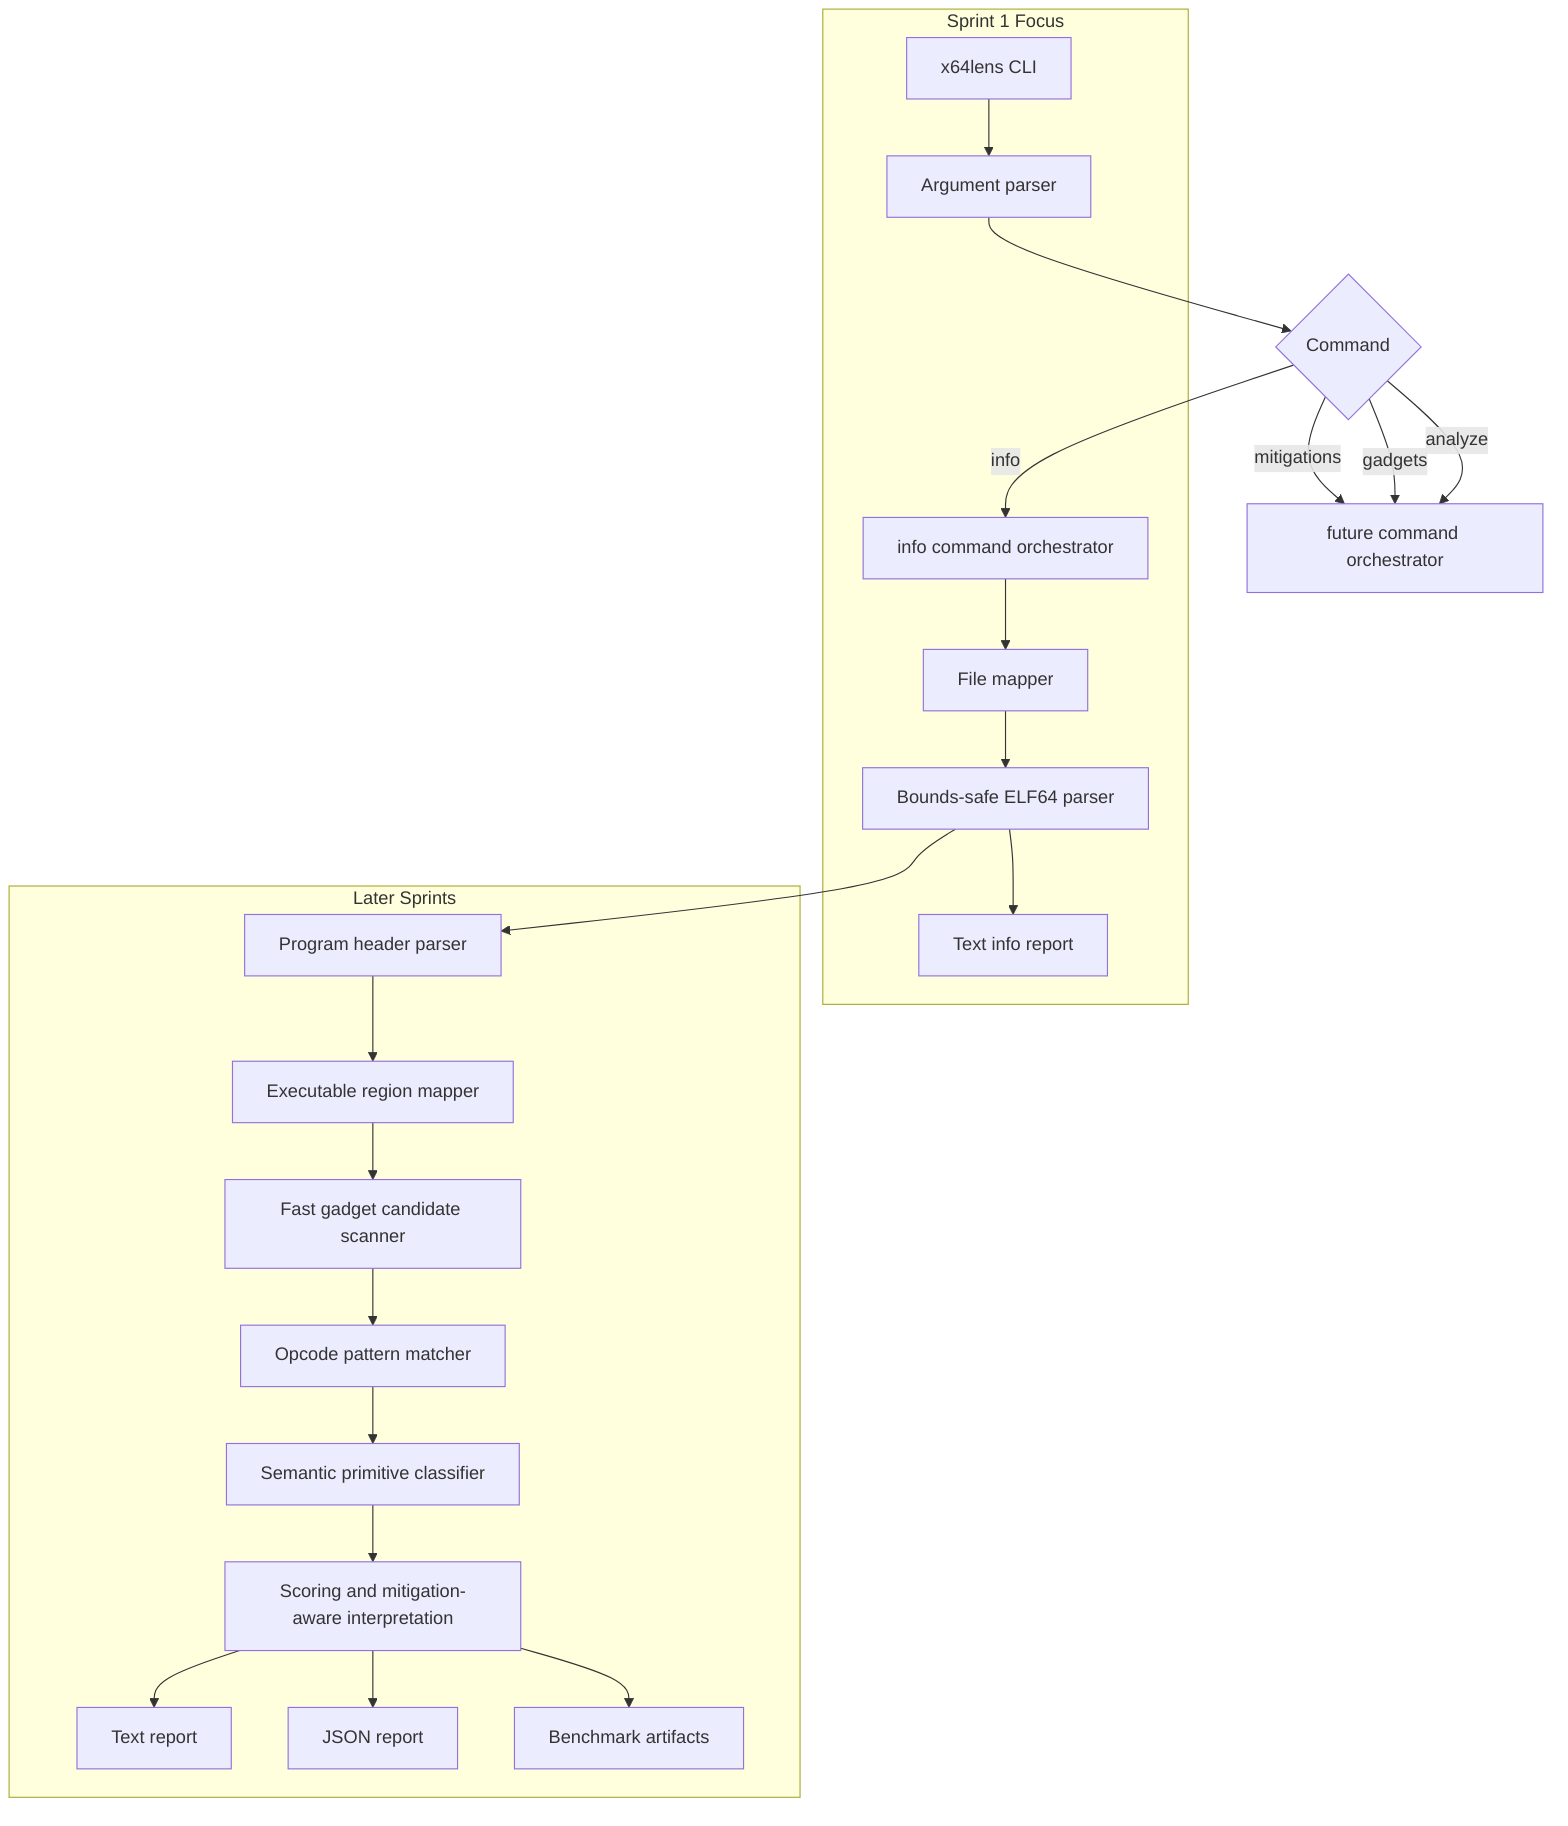
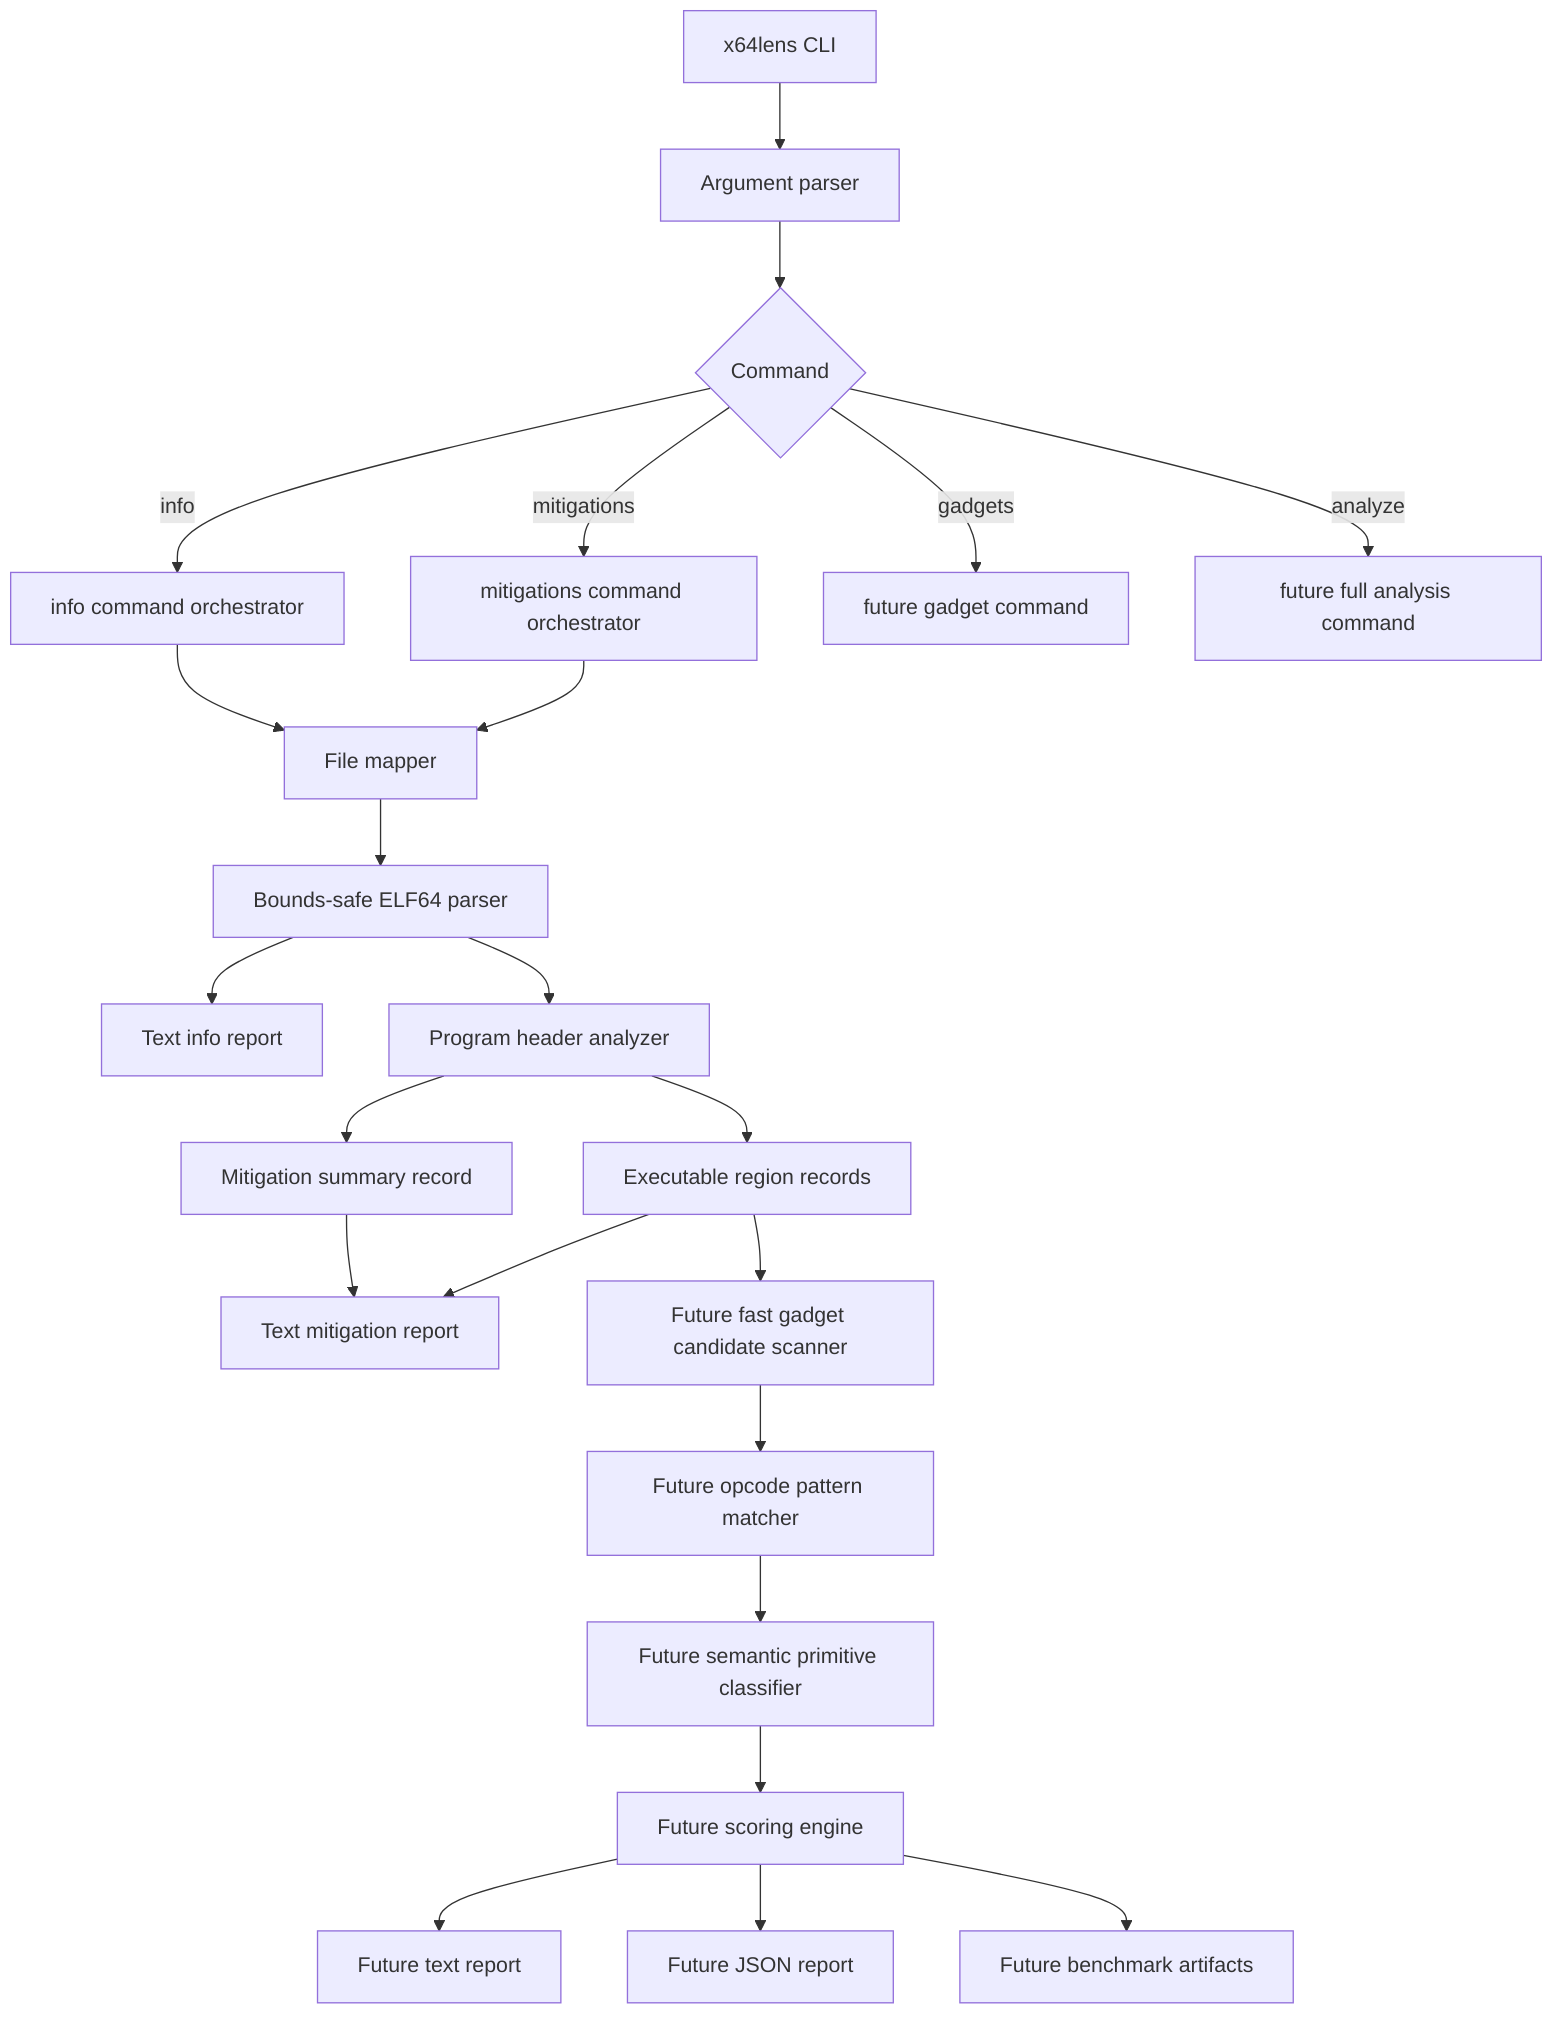
flowchart TD
    A[x64lens CLI] --> B[Argument parser]
    B --> C{Command}
+ 
    C -->|info| D[info command orchestrator]
-     C -->|mitigations| D2[future command orchestrator]
-     C -->|gadgets| D2
-     C -->|analyze| D2
-     D --> E[File mapper]
-     E --> F[Bounds-safe ELF64 parser]
-     F --> G[Text info report]
-     F --> H[Program header parser]
-     H --> I[Executable region mapper]
-     I --> J[Fast gadget candidate scanner]
-     J --> K[Opcode pattern matcher]
-     K --> L[Semantic primitive classifier]
-     L --> M[Scoring and mitigation-aware interpretation]
-     M --> N[Text report]
-     M --> O[JSON report]
-     M --> P[Benchmark artifacts]
+     C -->|mitigations| M[mitigations command orchestrator]
+     C -->|gadgets| FUT1[future gadget command]
+     C -->|analyze| FUT2[future full analysis command]

-     subgraph Sprint1[Sprint 1 Focus]
-         A
-         B
-         D
-         E
-         F
-         G
-     end
+     D --> FM[File mapper]
+     M --> FM
+     FM --> ELF[Bounds-safe ELF64 parser]

-     subgraph Future[Later Sprints]
-         H
-         I
-         J
-         K
-         L
-         M
-         N
-         O
-         P
-     end
+     ELF --> IR[Text info report]
+     ELF --> PH[Program header analyzer]
+     PH --> MR[Mitigation summary record]
+     PH --> ER[Executable region records]
+     MR --> MTR[Text mitigation report]
+     ER --> MTR
+ 
+     ER --> SC[Future fast gadget candidate scanner]
+     SC --> PT[Future opcode pattern matcher]
+     PT --> CL[Future semantic primitive classifier]
+     CL --> SO[Future scoring engine]
+     SO --> TXT[Future text report]
+     SO --> JSON[Future JSON report]
+     SO --> BENCH[Future benchmark artifacts]
